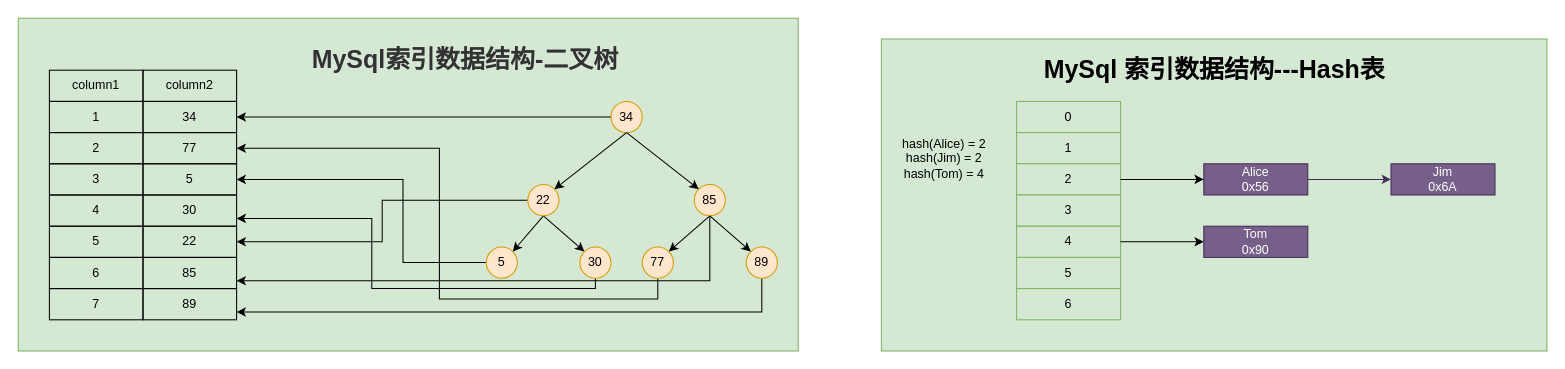
The draw.io diagram page "二叉树" (1 of 4) of MySQL索引数据结构.drawio in LiHuiBin1995/study-java, before the edit. Source tidied: cells renumbered, new cells numbered last; positions are measured from the earlier drawing's top-left corner, leaving out a move shared by most shapes. Both pictures are drawn from the tidied source at 104%, with x=0, y=0 at pixel (18, 18).
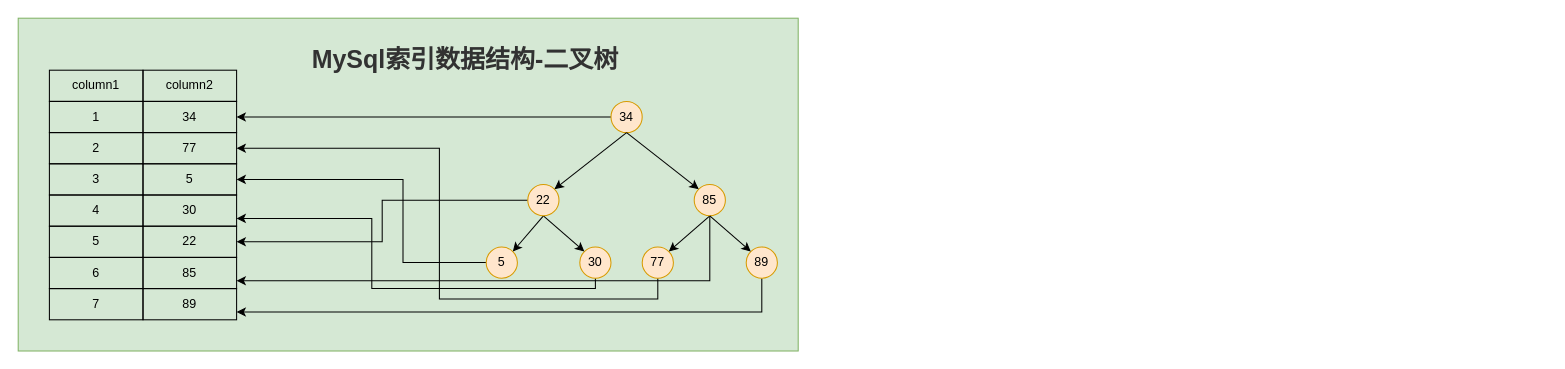
The same page after the edit.

Commit message (it also covers changes not shown here):
更新MySQL索引数据结构.drawio

Diff of the diagram source:
```diff
@@
-    <mxCell id="2" style="rounded=0;whiteSpace=wrap;html=1;fillColor=#d5e8d4;strokeColor=#82b366;" parent="1" vertex="1">
-      <mxGeometry x="830" y="20" width="640" height="300" as="geometry" />
-    </mxCell>
@@
-    <mxCell id="44" style="group;" parent="1" vertex="1">
-      <mxGeometry x="840" y="40" width="580" height="250" as="geometry" />
-    </mxCell>
-    <mxCell id="45" style="group;" parent="44" vertex="1">
-      <mxGeometry y="40" width="580" height="210" as="geometry" />
-    </mxCell>
-    <mxCell id="46" value="0" style="rounded=0;whiteSpace=wrap;html=1;fillColor=#d5e8d4;strokeColor=#82b366;" parent="45" vertex="1">
-      <mxGeometry x="120" width="100" height="30" as="geometry" />
-    </mxCell>
-    <mxCell id="47" value="1" style="rounded=0;whiteSpace=wrap;html=1;fillColor=#d5e8d4;strokeColor=#82b366;" parent="45" vertex="1">
-      <mxGeometry x="120" y="30" width="100" height="30" as="geometry" />
-    </mxCell>
-    <mxCell id="48" value="2" style="rounded=0;whiteSpace=wrap;html=1;fillColor=#d5e8d4;strokeColor=#82b366;" parent="45" vertex="1">
-      <mxGeometry x="120" y="60" width="100" height="30" as="geometry" />
-    </mxCell>
-    <mxCell id="49" value="3" style="rounded=0;whiteSpace=wrap;html=1;fillColor=#d5e8d4;strokeColor=#82b366;" parent="45" vertex="1">
-      <mxGeometry x="120" y="90" width="100" height="30" as="geometry" />
-    </mxCell>
-    <mxCell id="50" value="4" style="rounded=0;whiteSpace=wrap;html=1;fillColor=#d5e8d4;strokeColor=#82b366;" parent="45" vertex="1">
-      <mxGeometry x="120" y="120" width="100" height="30" as="geometry" />
-    </mxCell>
-    <mxCell id="51" value="5" style="rounded=0;whiteSpace=wrap;html=1;fillColor=#d5e8d4;strokeColor=#82b366;" parent="45" vertex="1">
-      <mxGeometry x="120" y="150" width="100" height="30" as="geometry" />
-    </mxCell>
-    <mxCell id="52" value="6" style="rounded=0;whiteSpace=wrap;html=1;fillColor=#d5e8d4;strokeColor=#82b366;" parent="45" vertex="1">
-      <mxGeometry x="120" y="180" width="100" height="30" as="geometry" />
-    </mxCell>
-    <mxCell id="53" value="Alice&lt;br&gt;0x56" style="rounded=0;whiteSpace=wrap;html=1;fillColor=#76608a;strokeColor=#432D57;fontColor=#ffffff;" parent="45" vertex="1">
-      <mxGeometry x="300" y="60" width="100" height="30" as="geometry" />
-    </mxCell>
-    <mxCell id="54" style="edgeStyle=orthogonalEdgeStyle;rounded=0;jettySize=auto;html=1;" parent="45" edge="1" source="48" target="53">
-      <mxGeometry relative="1" as="geometry" />
-    </mxCell>
-    <mxCell id="55" value="Jim&lt;br&gt;0x6A" style="rounded=0;whiteSpace=wrap;html=1;fillColor=#76608a;strokeColor=#432D57;fontColor=#ffffff;" parent="45" vertex="1">
-      <mxGeometry x="480" y="60" width="100" height="30" as="geometry" />
-    </mxCell>
-    <mxCell id="56" style="edgeStyle=orthogonalEdgeStyle;rounded=0;jettySize=auto;html=1;fillColor=#76608a;strokeColor=#432D57;" parent="45" edge="1" source="53" target="55">
-      <mxGeometry relative="1" as="geometry" />
-    </mxCell>
-    <mxCell id="57" value="Tom&lt;br&gt;0x90" style="rounded=0;whiteSpace=wrap;html=1;fillColor=#76608a;strokeColor=#432D57;fontColor=#ffffff;" parent="45" vertex="1">
-      <mxGeometry x="300" y="120" width="100" height="30" as="geometry" />
-    </mxCell>
-    <mxCell id="58" style="edgeStyle=orthogonalEdgeStyle;rounded=0;jettySize=auto;html=1;" parent="45" edge="1" source="50" target="57">
-      <mxGeometry relative="1" as="geometry" />
-    </mxCell>
-    <mxCell id="59" value="hash(Alice) = 2&lt;br&gt;hash(Jim) = 2&lt;br&gt;hash(Tom) = 4" style="text;html=1;align=center;verticalAlign=middle;strokeColor=none;" parent="45" vertex="1">
-      <mxGeometry y="30" width="100" height="50" as="geometry" />
-    </mxCell>
-    <mxCell id="60" value="&lt;b&gt;&lt;font style=&quot;font-size: 24px&quot;&gt;MySql 索引数据结构---Hash表&lt;/font&gt;&lt;/b&gt;" style="text;html=1;align=center;verticalAlign=middle;strokeColor=none;" parent="44" vertex="1">
-      <mxGeometry x="140" width="340" height="20" as="geometry" />
-    </mxCell>
```
